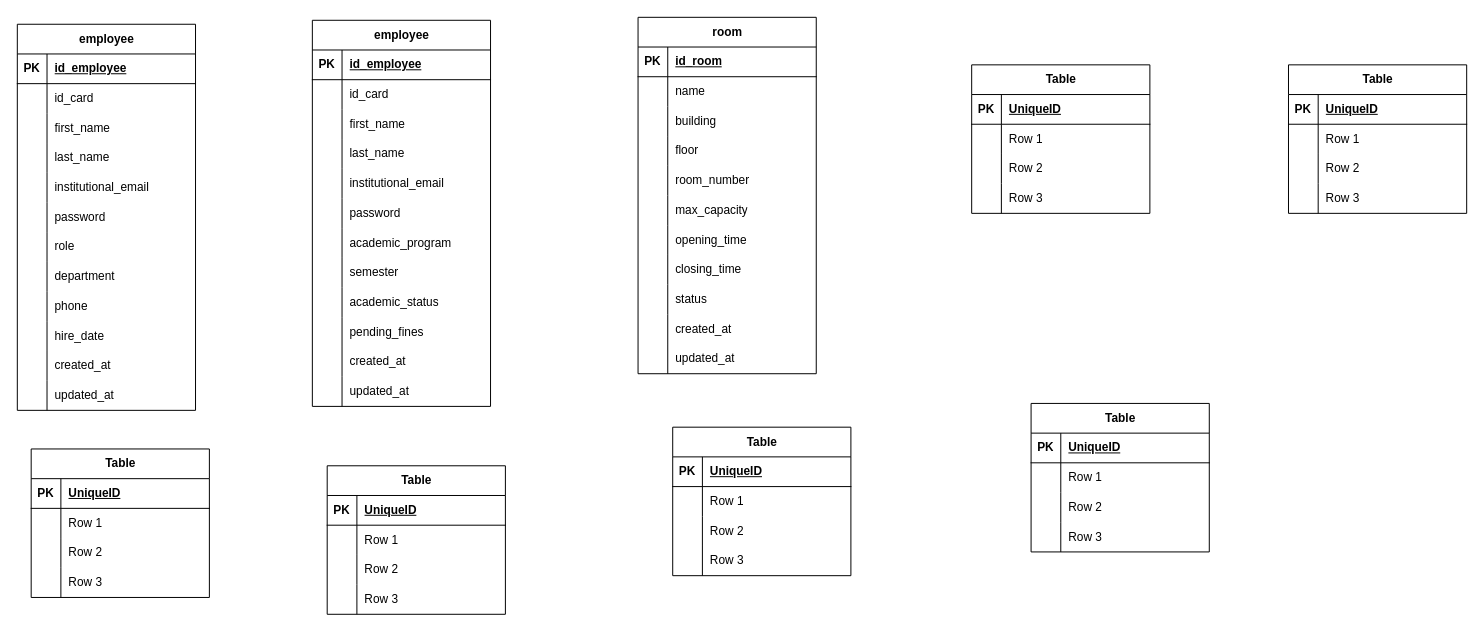
Breynersmartinez/CampusLend keeps this draw.io diagram as back-end/docs/diagrams/DERCampusLend.drawio. Above is the earlier version. Source tidied: cells renumbered, new cells numbered last; positions are measured from the earlier drawing's top-left corner, leaving out a move shared by most shapes. Both pictures are drawn from the tidied source at 99%, with x=0, y=0 at pixel (17, 17).
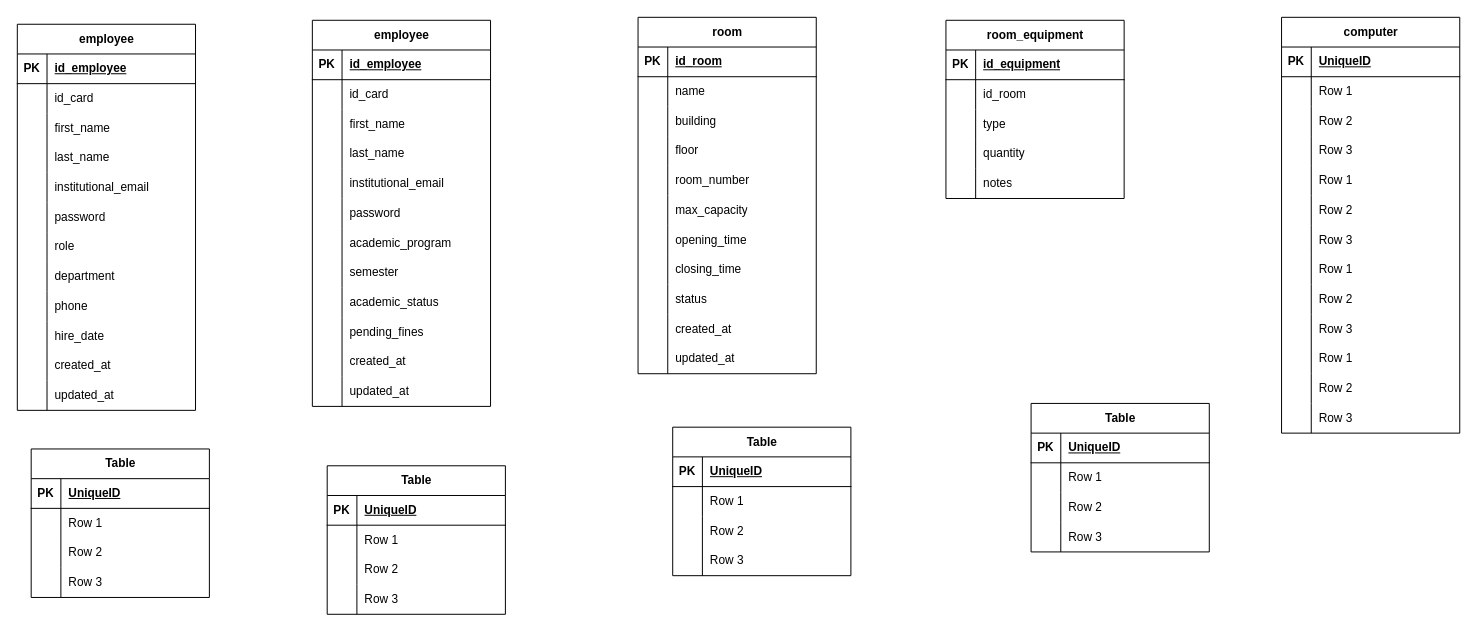
Above is the later version.

Unchanged cells that the change refers to:
```xml
<mxCell id="74" style="shape=tableRow;horizontal=0;startSize=0;swimlaneHead=0;swimlaneBody=0;fillColor=none;top=0;left=0;right=0;bottom=1;" parent="73" vertex="1">
  <mxGeometry y="30" width="180" height="30" as="geometry" />
</mxCell>
<mxCell id="77" style="shape=tableRow;horizontal=0;startSize=0;swimlaneHead=0;swimlaneBody=0;fillColor=none;top=0;left=0;right=0;bottom=0;" parent="73" vertex="1">
  <mxGeometry y="60" width="180" height="30" as="geometry" />
</mxCell>
<mxCell id="80" style="shape=tableRow;horizontal=0;startSize=0;swimlaneHead=0;swimlaneBody=0;fillColor=none;top=0;left=0;right=0;bottom=0;" parent="73" vertex="1">
  <mxGeometry y="90" width="180" height="30" as="geometry" />
</mxCell>
<mxCell id="83" style="shape=tableRow;horizontal=0;startSize=0;swimlaneHead=0;swimlaneBody=0;fillColor=none;top=0;left=0;right=0;bottom=0;" parent="73" vertex="1">
  <mxGeometry y="120" width="180" height="30" as="geometry" />
</mxCell>
```

Change to the diagram source:
```diff
@@
-    <mxCell id="73" value="Table" style="shape=table;startSize=30;childLayout=tableLayout;rowLines=0;fontStyle=1;align=center;html=1;" parent="1" vertex="1">
-      <mxGeometry x="964" y="48" width="180" height="150" as="geometry" />
+    <mxCell id="73" value="room_equipment" style="shape=table;startSize=30;childLayout=tableLayout;rowLines=0;fontStyle=1;align=center;html=1;" parent="1" vertex="1">
+      <mxGeometry x="938" y="3" width="180" height="180" as="geometry" />
     </mxCell>
@@
-    <mxCell id="76" value="UniqueID" style="shape=partialRectangle;fillColor=none;top=0;left=0;bottom=0;right=0;align=left;spacingLeft=6;fontStyle=5;overflow=hidden;whiteSpace=wrap;html=1;" parent="74" vertex="1">
+    <mxCell id="76" value="id_equipment" style="shape=partialRectangle;fillColor=none;top=0;left=0;bottom=0;right=0;align=left;spacingLeft=6;fontStyle=5;overflow=hidden;whiteSpace=wrap;html=1;" parent="74" vertex="1">
       <mxGeometry x="30" width="150" height="30" as="geometry" />
     </mxCell>
@@
-    <mxCell id="79" value="Row 1" style="shape=partialRectangle;fillColor=none;top=0;left=0;bottom=0;right=0;align=left;spacingLeft=6;overflow=hidden;whiteSpace=wrap;html=1;" parent="77" vertex="1">
+    <mxCell id="79" value="id_room" style="shape=partialRectangle;fillColor=none;top=0;left=0;bottom=0;right=0;align=left;spacingLeft=6;overflow=hidden;whiteSpace=wrap;html=1;" parent="77" vertex="1">
       <mxGeometry x="30" width="150" height="30" as="geometry" />
     </mxCell>
@@
-    <mxCell id="82" value="Row 2" style="shape=partialRectangle;fillColor=none;top=0;left=0;bottom=0;right=0;align=left;spacingLeft=6;overflow=hidden;whiteSpace=wrap;html=1;" parent="80" vertex="1">
+    <mxCell id="82" value="type" style="shape=partialRectangle;fillColor=none;top=0;left=0;bottom=0;right=0;align=left;spacingLeft=6;overflow=hidden;whiteSpace=wrap;html=1;" parent="80" vertex="1">
       <mxGeometry x="30" width="150" height="30" as="geometry" />
     </mxCell>
@@
-    <mxCell id="85" value="Row 3" style="shape=partialRectangle;fillColor=none;top=0;left=0;bottom=0;right=0;align=left;spacingLeft=6;overflow=hidden;whiteSpace=wrap;html=1;" parent="83" vertex="1">
+    <mxCell id="85" value="quantity" style="shape=partialRectangle;fillColor=none;top=0;left=0;bottom=0;right=0;align=left;spacingLeft=6;overflow=hidden;whiteSpace=wrap;html=1;" parent="83" vertex="1">
       <mxGeometry x="30" width="150" height="30" as="geometry" />
     </mxCell>
+    <mxCell id="188" style="shape=tableRow;horizontal=0;startSize=0;swimlaneHead=0;swimlaneBody=0;fillColor=none;top=0;left=0;right=0;bottom=0;" parent="73" vertex="1">
+      <mxGeometry y="150" width="180" height="30" as="geometry" />
+    </mxCell>
+    <mxCell id="189" style="shape=partialRectangle;fillColor=none;top=0;left=0;bottom=0;right=0;overflow=hidden;whiteSpace=wrap;html=1;" parent="188" vertex="1">
+      <mxGeometry width="30" height="30" as="geometry" />
+    </mxCell>
+    <mxCell id="190" value="notes" style="shape=partialRectangle;fillColor=none;top=0;left=0;bottom=0;right=0;align=left;spacingLeft=6;overflow=hidden;whiteSpace=wrap;html=1;" parent="188" vertex="1">
+      <mxGeometry x="30" width="150" height="30" as="geometry" />
+    </mxCell>
-    <mxCell id="86" value="Table" style="shape=table;startSize=30;childLayout=tableLayout;rowLines=0;fontStyle=1;align=center;html=1;" parent="1" vertex="1">
-      <mxGeometry x="1284" y="48" width="180" height="150" as="geometry" />
+    <mxCell id="86" value="computer" style="shape=table;startSize=30;childLayout=tableLayout;rowLines=0;fontStyle=1;align=center;html=1;" parent="1" vertex="1">
+      <mxGeometry x="1277" width="180" height="420" as="geometry" />
     </mxCell>
@@
+    <mxCell id="191" style="shape=tableRow;horizontal=0;startSize=0;swimlaneHead=0;swimlaneBody=0;fillColor=none;top=0;left=0;right=0;bottom=0;" parent="86" vertex="1">
+      <mxGeometry y="150" width="180" height="30" as="geometry" />
+    </mxCell>
+    <mxCell id="192" style="shape=partialRectangle;fillColor=none;top=0;left=0;bottom=0;right=0;overflow=hidden;whiteSpace=wrap;html=1;" parent="191" vertex="1">
+      <mxGeometry width="30" height="30" as="geometry" />
+    </mxCell>
+    <mxCell id="193" value="Row 1" style="shape=partialRectangle;fillColor=none;top=0;left=0;bottom=0;right=0;align=left;spacingLeft=6;overflow=hidden;whiteSpace=wrap;html=1;" parent="191" vertex="1">
+      <mxGeometry x="30" width="150" height="30" as="geometry" />
+    </mxCell>
+    <mxCell id="194" style="shape=tableRow;horizontal=0;startSize=0;swimlaneHead=0;swimlaneBody=0;fillColor=none;top=0;left=0;right=0;bottom=0;" parent="86" vertex="1">
+      <mxGeometry y="180" width="180" height="30" as="geometry" />
+    </mxCell>
+    <mxCell id="195" style="shape=partialRectangle;fillColor=none;top=0;left=0;bottom=0;right=0;overflow=hidden;whiteSpace=wrap;html=1;" parent="194" vertex="1">
+      <mxGeometry width="30" height="30" as="geometry" />
+    </mxCell>
+    <mxCell id="196" value="Row 2" style="shape=partialRectangle;fillColor=none;top=0;left=0;bottom=0;right=0;align=left;spacingLeft=6;overflow=hidden;whiteSpace=wrap;html=1;" parent="194" vertex="1">
+      <mxGeometry x="30" width="150" height="30" as="geometry" />
+    </mxCell>
+    <mxCell id="197" style="shape=tableRow;horizontal=0;startSize=0;swimlaneHead=0;swimlaneBody=0;fillColor=none;top=0;left=0;right=0;bottom=0;" parent="86" vertex="1">
+      <mxGeometry y="210" width="180" height="30" as="geometry" />
+    </mxCell>
+    <mxCell id="198" style="shape=partialRectangle;fillColor=none;top=0;left=0;bottom=0;right=0;overflow=hidden;whiteSpace=wrap;html=1;" parent="197" vertex="1">
+      <mxGeometry width="30" height="30" as="geometry" />
+    </mxCell>
+    <mxCell id="199" value="Row 3" style="shape=partialRectangle;fillColor=none;top=0;left=0;bottom=0;right=0;align=left;spacingLeft=6;overflow=hidden;whiteSpace=wrap;html=1;" parent="197" vertex="1">
+      <mxGeometry x="30" width="150" height="30" as="geometry" />
+    </mxCell>
+    <mxCell id="200" style="shape=tableRow;horizontal=0;startSize=0;swimlaneHead=0;swimlaneBody=0;fillColor=none;top=0;left=0;right=0;bottom=0;" parent="86" vertex="1">
+      <mxGeometry y="240" width="180" height="30" as="geometry" />
+    </mxCell>
+    <mxCell id="201" style="shape=partialRectangle;fillColor=none;top=0;left=0;bottom=0;right=0;overflow=hidden;whiteSpace=wrap;html=1;" parent="200" vertex="1">
+      <mxGeometry width="30" height="30" as="geometry" />
+    </mxCell>
+    <mxCell id="202" value="Row 1" style="shape=partialRectangle;fillColor=none;top=0;left=0;bottom=0;right=0;align=left;spacingLeft=6;overflow=hidden;whiteSpace=wrap;html=1;" parent="200" vertex="1">
+      <mxGeometry x="30" width="150" height="30" as="geometry" />
+    </mxCell>
+    <mxCell id="203" style="shape=tableRow;horizontal=0;startSize=0;swimlaneHead=0;swimlaneBody=0;fillColor=none;top=0;left=0;right=0;bottom=0;" parent="86" vertex="1">
+      <mxGeometry y="270" width="180" height="30" as="geometry" />
+    </mxCell>
+    <mxCell id="204" style="shape=partialRectangle;fillColor=none;top=0;left=0;bottom=0;right=0;overflow=hidden;whiteSpace=wrap;html=1;" parent="203" vertex="1">
+      <mxGeometry width="30" height="30" as="geometry" />
+    </mxCell>
+    <mxCell id="205" value="Row 2" style="shape=partialRectangle;fillColor=none;top=0;left=0;bottom=0;right=0;align=left;spacingLeft=6;overflow=hidden;whiteSpace=wrap;html=1;" parent="203" vertex="1">
+      <mxGeometry x="30" width="150" height="30" as="geometry" />
+    </mxCell>
+    <mxCell id="206" style="shape=tableRow;horizontal=0;startSize=0;swimlaneHead=0;swimlaneBody=0;fillColor=none;top=0;left=0;right=0;bottom=0;" parent="86" vertex="1">
+      <mxGeometry y="300" width="180" height="30" as="geometry" />
+    </mxCell>
+    <mxCell id="207" style="shape=partialRectangle;fillColor=none;top=0;left=0;bottom=0;right=0;overflow=hidden;whiteSpace=wrap;html=1;" parent="206" vertex="1">
+      <mxGeometry width="30" height="30" as="geometry" />
+    </mxCell>
+    <mxCell id="208" value="Row 3" style="shape=partialRectangle;fillColor=none;top=0;left=0;bottom=0;right=0;align=left;spacingLeft=6;overflow=hidden;whiteSpace=wrap;html=1;" parent="206" vertex="1">
+      <mxGeometry x="30" width="150" height="30" as="geometry" />
+    </mxCell>
+    <mxCell id="209" style="shape=tableRow;horizontal=0;startSize=0;swimlaneHead=0;swimlaneBody=0;fillColor=none;top=0;left=0;right=0;bottom=0;" parent="86" vertex="1">
+      <mxGeometry y="330" width="180" height="30" as="geometry" />
+    </mxCell>
+    <mxCell id="210" style="shape=partialRectangle;fillColor=none;top=0;left=0;bottom=0;right=0;overflow=hidden;whiteSpace=wrap;html=1;" parent="209" vertex="1">
+      <mxGeometry width="30" height="30" as="geometry" />
+    </mxCell>
+    <mxCell id="211" value="Row 1" style="shape=partialRectangle;fillColor=none;top=0;left=0;bottom=0;right=0;align=left;spacingLeft=6;overflow=hidden;whiteSpace=wrap;html=1;" parent="209" vertex="1">
+      <mxGeometry x="30" width="150" height="30" as="geometry" />
+    </mxCell>
+    <mxCell id="212" style="shape=tableRow;horizontal=0;startSize=0;swimlaneHead=0;swimlaneBody=0;fillColor=none;top=0;left=0;right=0;bottom=0;" parent="86" vertex="1">
+      <mxGeometry y="360" width="180" height="30" as="geometry" />
+    </mxCell>
+    <mxCell id="213" style="shape=partialRectangle;fillColor=none;top=0;left=0;bottom=0;right=0;overflow=hidden;whiteSpace=wrap;html=1;" parent="212" vertex="1">
+      <mxGeometry width="30" height="30" as="geometry" />
+    </mxCell>
+    <mxCell id="214" value="Row 2" style="shape=partialRectangle;fillColor=none;top=0;left=0;bottom=0;right=0;align=left;spacingLeft=6;overflow=hidden;whiteSpace=wrap;html=1;" parent="212" vertex="1">
+      <mxGeometry x="30" width="150" height="30" as="geometry" />
+    </mxCell>
+    <mxCell id="215" style="shape=tableRow;horizontal=0;startSize=0;swimlaneHead=0;swimlaneBody=0;fillColor=none;top=0;left=0;right=0;bottom=0;" parent="86" vertex="1">
+      <mxGeometry y="390" width="180" height="30" as="geometry" />
+    </mxCell>
+    <mxCell id="216" style="shape=partialRectangle;fillColor=none;top=0;left=0;bottom=0;right=0;overflow=hidden;whiteSpace=wrap;html=1;" parent="215" vertex="1">
+      <mxGeometry width="30" height="30" as="geometry" />
+    </mxCell>
+    <mxCell id="217" value="Row 3" style="shape=partialRectangle;fillColor=none;top=0;left=0;bottom=0;right=0;align=left;spacingLeft=6;overflow=hidden;whiteSpace=wrap;html=1;" parent="215" vertex="1">
+      <mxGeometry x="30" width="150" height="30" as="geometry" />
+    </mxCell>
```
